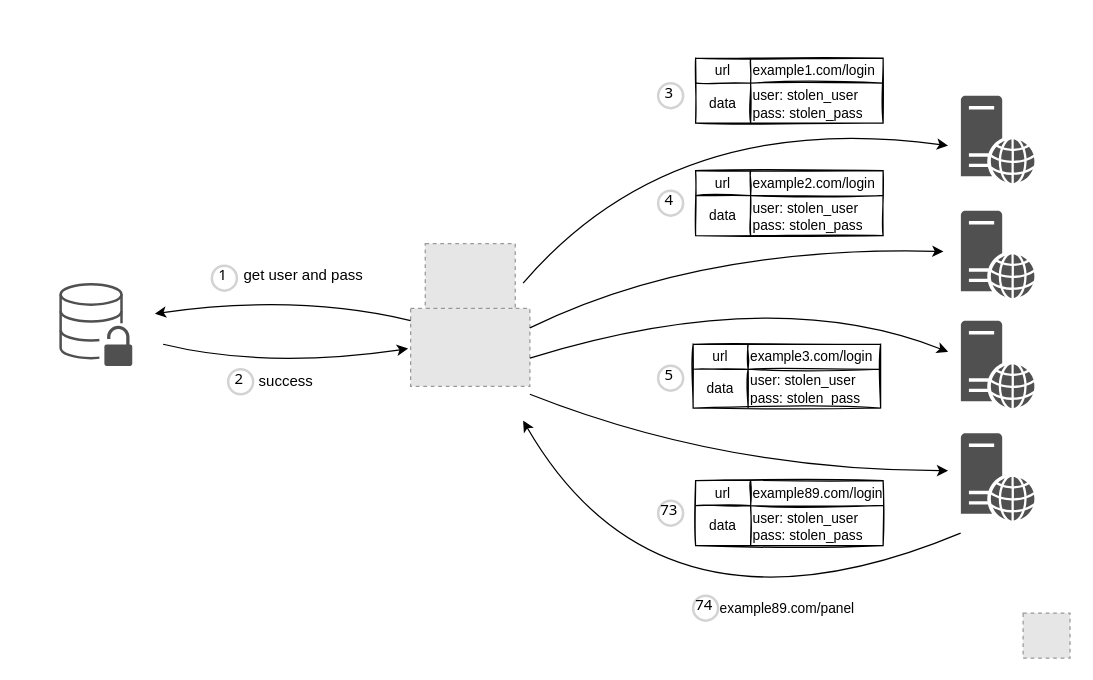
The draw.io diagram credential-stuffing.drawio in qeeqbox/credential-stuffing, before the edit. Source tidied: cells renumbered, new cells numbered last; positions are measured from the earlier drawing's top-left corner, leaving out a move shared by most shapes. Both pictures are drawn from the tidied source at 125%, with x=0, y=0 at pixel (21, 21). Pictures stored in the file or linked from it are replaced by grey dashed boxes.
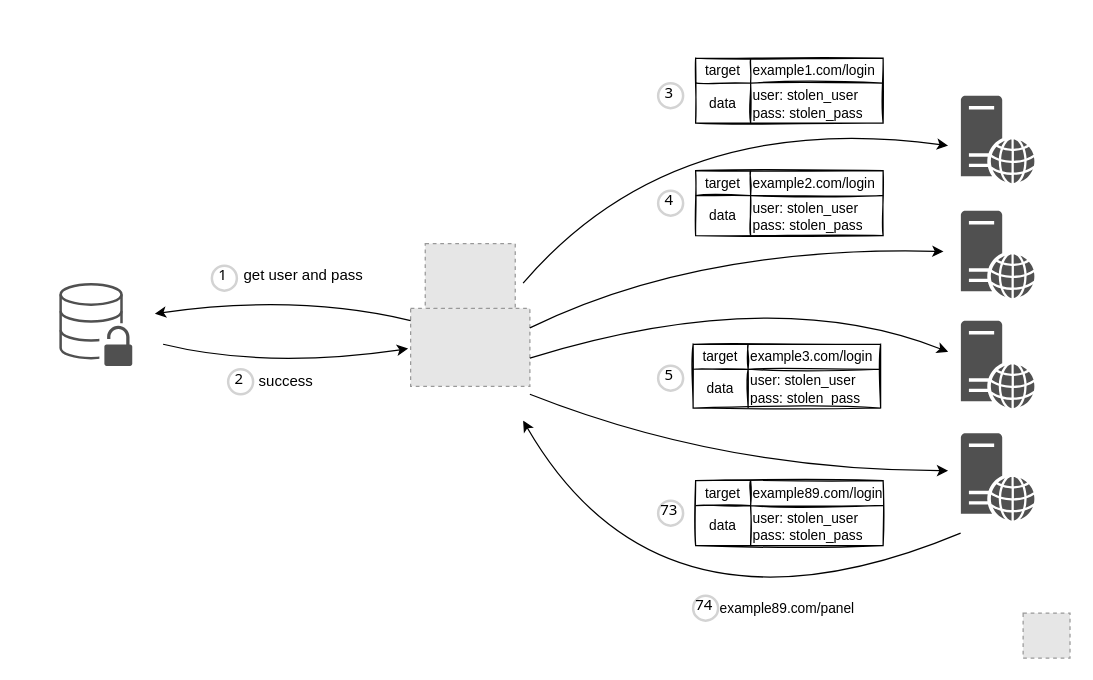
After the change.

The change refers to these unchanged cells:
```xml
<mxCell id="20" style="shape=tableRow;horizontal=0;startSize=0;swimlaneHead=0;swimlaneBody=0;top=0;left=0;bottom=0;right=0;fillColor=none;" parent="19" vertex="1">
  <mxGeometry width="150" height="20" as="geometry" />
</mxCell>
<mxCell id="31" style="shape=tableRow;horizontal=0;startSize=0;swimlaneHead=0;swimlaneBody=0;top=0;left=0;bottom=0;right=0;fillColor=none;" parent="30" vertex="1">
  <mxGeometry width="150" height="20" as="geometry" />
</mxCell>
<mxCell id="38" style="shape=tableRow;horizontal=0;startSize=0;swimlaneHead=0;swimlaneBody=0;top=0;left=0;bottom=0;right=0;fillColor=none;" parent="37" vertex="1">
  <mxGeometry width="150" height="20" as="geometry" />
</mxCell>
<mxCell id="45" style="shape=tableRow;horizontal=0;startSize=0;swimlaneHead=0;swimlaneBody=0;top=0;left=0;bottom=0;right=0;fillColor=none;" parent="44" vertex="1">
  <mxGeometry width="150" height="20" as="geometry" />
</mxCell>
```

Diff of the diagram source:
```diff
@@
-    <mxCell id="21" value="&lt;font style=&quot;font-size: 11px&quot;&gt;url&lt;/font&gt;" style="shape=partialRectangle;html=1;whiteSpace=wrap;fillColor=none;top=0;left=0;bottom=0;right=0;overflow=hidden;" parent="20" vertex="1">
+    <mxCell id="21" value="&lt;font style=&quot;font-size: 11px&quot;&gt;target&lt;/font&gt;" style="shape=partialRectangle;html=1;whiteSpace=wrap;fillColor=none;top=0;left=0;bottom=0;right=0;overflow=hidden;" parent="20" vertex="1">
       <mxGeometry width="44" height="20" as="geometry" />
     </mxCell>
@@
-    <mxCell id="32" value="&lt;font style=&quot;font-size: 11px&quot;&gt;url&lt;/font&gt;" style="shape=partialRectangle;html=1;whiteSpace=wrap;fillColor=none;top=0;left=0;bottom=0;right=0;overflow=hidden;" parent="31" vertex="1">
+    <mxCell id="32" value="&lt;span style=&quot;font-size: 11px&quot;&gt;target&lt;/span&gt;" style="shape=partialRectangle;html=1;whiteSpace=wrap;fillColor=none;top=0;left=0;bottom=0;right=0;overflow=hidden;" parent="31" vertex="1">
       <mxGeometry width="44" height="20" as="geometry" />
     </mxCell>
@@
-    <mxCell id="39" value="&lt;font style=&quot;font-size: 11px&quot;&gt;url&lt;/font&gt;" style="shape=partialRectangle;html=1;whiteSpace=wrap;fillColor=none;top=0;left=0;bottom=0;right=0;overflow=hidden;" parent="38" vertex="1">
+    <mxCell id="39" value="&lt;span style=&quot;font-size: 11px&quot;&gt;target&lt;/span&gt;" style="shape=partialRectangle;html=1;whiteSpace=wrap;fillColor=none;top=0;left=0;bottom=0;right=0;overflow=hidden;" parent="38" vertex="1">
       <mxGeometry width="44" height="20" as="geometry" />
     </mxCell>
@@
-    <mxCell id="46" value="&lt;font style=&quot;font-size: 11px&quot;&gt;url&lt;/font&gt;" style="shape=partialRectangle;html=1;whiteSpace=wrap;fillColor=none;top=0;left=0;bottom=0;right=0;overflow=hidden;" parent="45" vertex="1">
+    <mxCell id="46" value="&lt;span style=&quot;font-size: 11px&quot;&gt;target&lt;/span&gt;" style="shape=partialRectangle;html=1;whiteSpace=wrap;fillColor=none;top=0;left=0;bottom=0;right=0;overflow=hidden;" parent="45" vertex="1">
       <mxGeometry width="44" height="20" as="geometry" />
     </mxCell>
```
